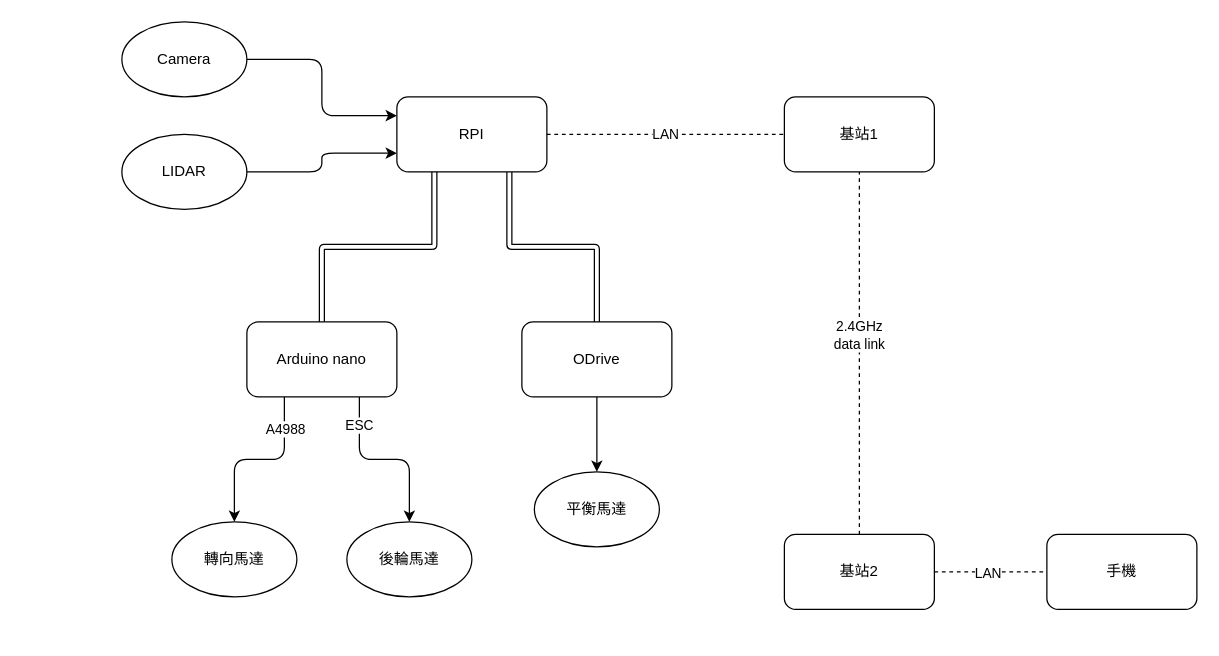
Above: structure.drawio in pkbbkphey/MakeNTU2025 (draw.io), before the change. Source tidied: cells renumbered, new cells numbered last; positions are measured from the earlier drawing's top-left corner, leaving out a move shared by most shapes. Both pictures are drawn from the tidied source at 125%, with x=0, y=0 at pixel (121, 21).
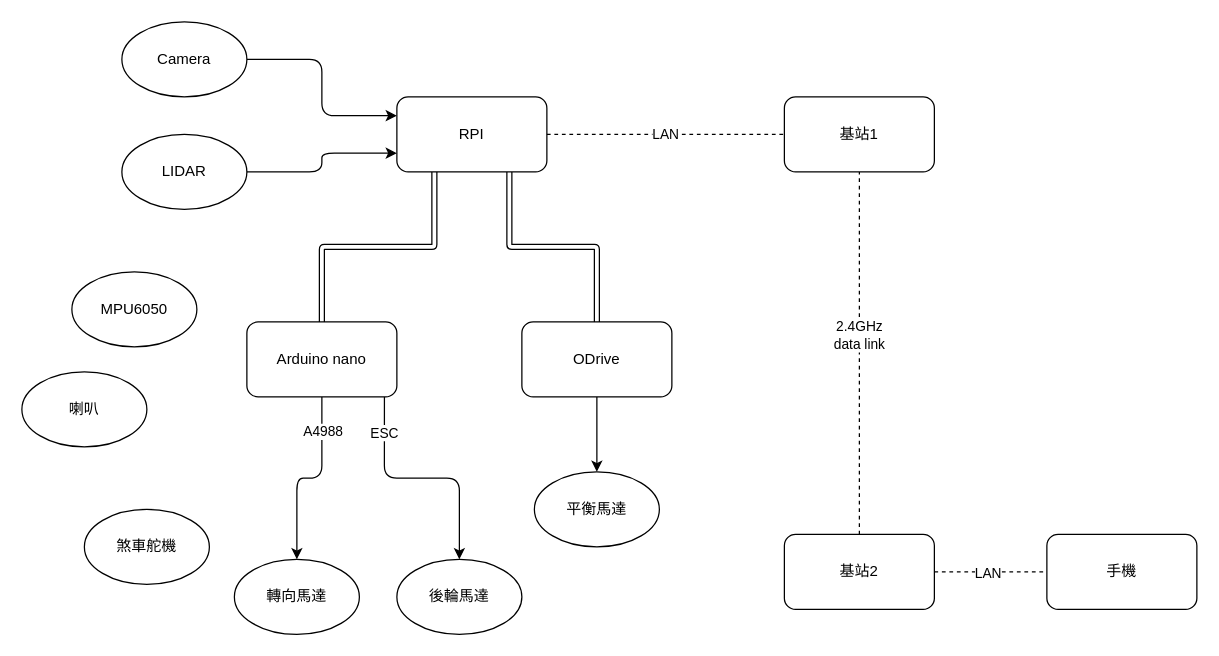
The same page after the edit.

Unchanged cells that the change refers to:
```xml
<mxCell id="20" value="Arduino nano" style="rounded=1;whiteSpace=wrap;html=1;" parent="1" vertex="1">
  <mxGeometry x="100" y="240" width="120" height="60" as="geometry" />
</mxCell>
```

Change to the diagram source:
```diff
@@
-    <mxCell id="16" style="edgeStyle=orthogonalEdgeStyle;rounded=1;jettySize=auto;html=1;exitX=0.75;exitY=1;exitDx=0;exitDy=0;entryX=0.5;entryY=0;entryDx=0;entryDy=0;" parent="1" edge="1" source="20" target="26">
+    <mxCell id="16" style="edgeStyle=orthogonalEdgeStyle;rounded=1;jettySize=auto;html=1;exitX=0.917;exitY=1;exitDx=0;exitDy=0;entryX=0.5;entryY=0;entryDx=0;entryDy=0;exitPerimeter=0;" parent="1" edge="1" source="20" target="26">
       <mxGeometry relative="1" as="geometry" />
     </mxCell>
@@
-    <mxCell id="18" style="edgeStyle=orthogonalEdgeStyle;rounded=1;jettySize=auto;html=1;exitX=0.25;exitY=1;exitDx=0;exitDy=0;entryX=0.5;entryY=0;entryDx=0;entryDy=0;" parent="1" edge="1" source="20" target="27">
+    <mxCell id="18" style="edgeStyle=orthogonalEdgeStyle;rounded=1;jettySize=auto;html=1;exitX=0.5;exitY=1;exitDx=0;exitDy=0;entryX=0.5;entryY=0;entryDx=0;entryDy=0;" parent="1" edge="1" source="20" target="27">
       <mxGeometry relative="1" as="geometry" />
     </mxCell>
@@
     <mxCell id="26" value="後輪馬達" style="ellipse;whiteSpace=wrap;html=1;rounded=1;" parent="1" vertex="1">
-      <mxGeometry x="180" y="400" width="100" height="60" as="geometry" />
+      <mxGeometry x="220" y="430" width="100" height="60" as="geometry" />
     </mxCell>
     <mxCell id="27" value="轉向馬達" style="ellipse;whiteSpace=wrap;html=1;rounded=1;" parent="1" vertex="1">
-      <mxGeometry x="40" y="400" width="100" height="60" as="geometry" />
+      <mxGeometry x="90" y="430" width="100" height="60" as="geometry" />
     </mxCell>
+    <mxCell id="28" value="煞車舵機" style="ellipse;whiteSpace=wrap;html=1;rounded=1;" parent="1" vertex="1">
+      <mxGeometry x="-30" y="390" width="100" height="60" as="geometry" />
+    </mxCell>
+    <mxCell id="29" value="喇叭" style="ellipse;whiteSpace=wrap;html=1;rounded=1;" parent="1" vertex="1">
+      <mxGeometry x="-80" y="280" width="100" height="60" as="geometry" />
+    </mxCell>
+    <mxCell id="30" value="MPU6050" style="ellipse;whiteSpace=wrap;html=1;rounded=1;" parent="1" vertex="1">
+      <mxGeometry x="-40" y="200" width="100" height="60" as="geometry" />
+    </mxCell>
```
